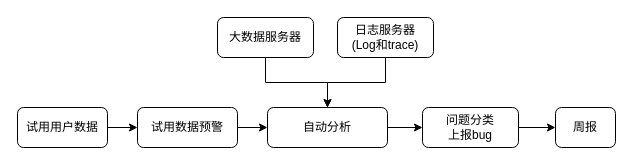
Earlier version of the draw.io diagram 系统启动分析/试用运营.drawio (oujie123/PicFactory). Source tidied: cells renumbered, new cells numbered last; positions are measured from the earlier drawing's top-left corner, leaving out a move shared by most shapes. Both pictures are drawn from the tidied source at 100%, with x=0, y=0 at pixel (17, 17).
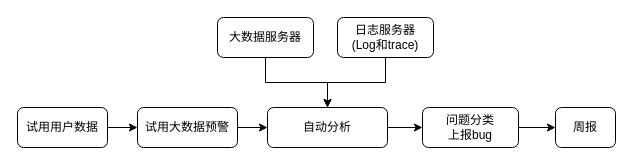
The same diagram, later.

Commit message (it also covers changes not shown here):
更新试用运营.drawio

The edit, as a diff of the source:
```diff
@@
 <mxGraphModel>
   <root>
     <mxCell id="0" />
     <mxCell id="1" parent="0" />
     <mxCell id="2" style="edgeStyle=orthogonalEdgeStyle;rounded=0;jettySize=auto;html=1;" parent="1" edge="1" source="3" target="5">
       <mxGeometry relative="1" as="geometry" />
     </mxCell>
     <mxCell id="3" value="试用用户数据" style="rounded=1;whiteSpace=wrap;html=1;fontSize=12;glass=0;strokeWidth=1;shadow=0;" parent="1" vertex="1">
       <mxGeometry y="90" width="90" height="40" as="geometry" />
     </mxCell>
     <mxCell id="4" style="edgeStyle=orthogonalEdgeStyle;rounded=0;jettySize=auto;html=1;entryX=0;entryY=0.5;entryDx=0;entryDy=0;" parent="1" edge="1" source="5" target="7">
       <mxGeometry relative="1" as="geometry" />
     </mxCell>
-    <mxCell id="5" value="试用数据预警" style="rounded=1;whiteSpace=wrap;html=1;fontSize=12;glass=0;strokeWidth=1;shadow=0;" parent="1" vertex="1">
+    <mxCell id="5" value="试用大数据预警" style="rounded=1;whiteSpace=wrap;html=1;fontSize=12;glass=0;strokeWidth=1;shadow=0;" parent="1" vertex="1">
       <mxGeometry x="120" y="90" width="100" height="40" as="geometry" />
     </mxCell>
     <mxCell id="6" style="edgeStyle=orthogonalEdgeStyle;rounded=0;jettySize=auto;html=1;exitX=1;exitY=0.5;exitDx=0;exitDy=0;entryX=0;entryY=0.5;entryDx=0;entryDy=0;" parent="1" edge="1" source="7" target="13">
       <mxGeometry relative="1" as="geometry" />
     </mxCell>
     <mxCell id="7" value="自动分析" style="rounded=1;whiteSpace=wrap;html=1;fontSize=12;glass=0;strokeWidth=1;shadow=0;" parent="1" vertex="1">
       <mxGeometry x="250" y="90" width="120" height="40" as="geometry" />
     </mxCell>
     <mxCell id="8" style="edgeStyle=orthogonalEdgeStyle;rounded=0;jettySize=auto;html=1;entryX=0.5;entryY=0;entryDx=0;entryDy=0;" parent="1" edge="1" source="9" target="7">
       <mxGeometry relative="1" as="geometry" />
     </mxCell>
     <mxCell id="9" value="日志服务器&lt;br&gt;(Log和trace)" style="rounded=1;whiteSpace=wrap;html=1;fontSize=12;glass=0;strokeWidth=1;shadow=0;" parent="1" vertex="1">
       <mxGeometry x="320" width="96" height="40" as="geometry" />
     </mxCell>
     <mxCell id="10" style="edgeStyle=orthogonalEdgeStyle;rounded=0;jettySize=auto;html=1;exitX=0.5;exitY=1;exitDx=0;exitDy=0;" parent="1" edge="1" source="11" target="7">
       <mxGeometry relative="1" as="geometry" />
     </mxCell>
     <mxCell id="11" value="大数据服务器" style="rounded=1;whiteSpace=wrap;html=1;fontSize=12;glass=0;strokeWidth=1;shadow=0;" parent="1" vertex="1">
       <mxGeometry x="200" width="96" height="40" as="geometry" />
     </mxCell>
     <mxCell id="12" style="edgeStyle=orthogonalEdgeStyle;rounded=0;jettySize=auto;html=1;exitX=1;exitY=0.5;exitDx=0;exitDy=0;entryX=0;entryY=0.5;entryDx=0;entryDy=0;" parent="1" edge="1" source="13" target="14">
       <mxGeometry relative="1" as="geometry" />
     </mxCell>
     <mxCell id="13" value="问题分类&lt;br&gt;上报bug" style="rounded=1;whiteSpace=wrap;html=1;fontSize=12;glass=0;strokeWidth=1;shadow=0;" parent="1" vertex="1">
       <mxGeometry x="405" y="90" width="96" height="40" as="geometry" />
     </mxCell>
     <mxCell id="14" value="周报" style="rounded=1;whiteSpace=wrap;html=1;fontSize=12;glass=0;strokeWidth=1;shadow=0;" parent="1" vertex="1">
       <mxGeometry x="538" y="90" width="60" height="40" as="geometry" />
     </mxCell>
   </root>
 </mxGraphModel>
```
